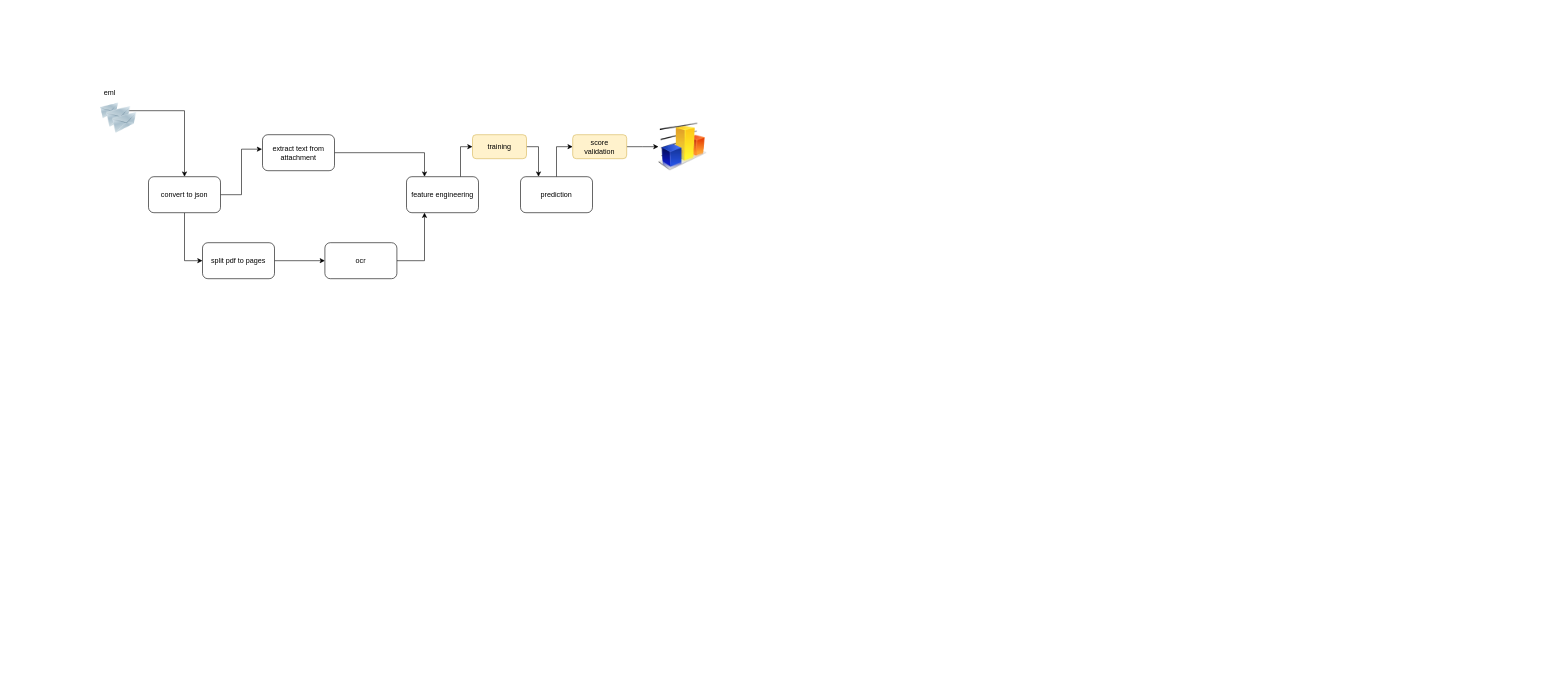
hdakhli/diagrams keeps this draw.io diagram as Untitled Diagram.drawio. Above is the earlier version. Source tidied: cells renumbered, new cells numbered last; positions are measured from the earlier drawing's top-left corner, leaving out a move shared by most shapes. Both pictures are drawn from the tidied source at 60%, with x=0, y=0 at pixel (100, 98).
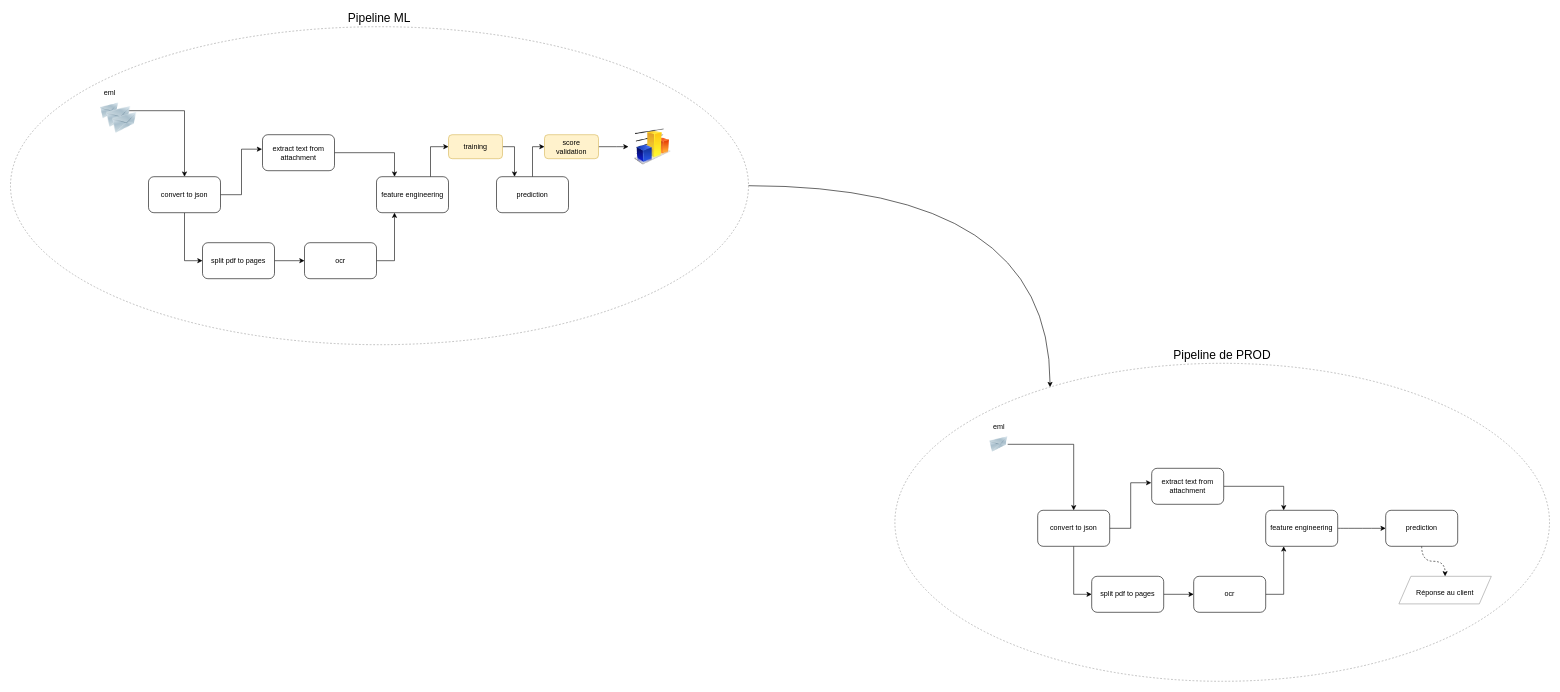
The same page after the edit.

The edit, as a diff of the source:
```diff
@@
+    <mxCell id="24" style="edgeStyle=orthogonalEdgeStyle;rounded=0;jettySize=auto;html=1;fontSize=20;curved=1;entryX=0.237;entryY=0.075;entryDx=0;entryDy=0;entryPerimeter=0;" parent="1" edge="1" source="25" target="27">
+      <mxGeometry relative="1" as="geometry" />
+    </mxCell>
+    <mxCell id="25" value="Pipeline ML" style="ellipse;whiteSpace=wrap;html=1;fillColor=none;labelPosition=center;verticalLabelPosition=top;align=center;verticalAlign=bottom;fontSize=20;dashed=1;strokeColor=#999999;" parent="1" vertex="1">
+      <mxGeometry x="-150" y="-120" width="1230" height="530" as="geometry" />
+    </mxCell>
@@
     <mxCell id="9" style="edgeStyle=orthogonalEdgeStyle;rounded=0;jettySize=auto;html=1;entryX=0.25;entryY=1;entryDx=0;entryDy=0;" parent="1" edge="1" source="10" target="12">
-      <mxGeometry relative="1" as="geometry" />
+      <mxGeometry relative="1" as="geometry">
+        <Array as="points">
+          <mxPoint x="490" y="270" />
+        </Array>
+      </mxGeometry>
     </mxCell>
     <mxCell id="10" value="ocr" style="rounded=1;whiteSpace=wrap;html=1;" parent="1" vertex="1">
-      <mxGeometry x="374" y="240" width="120" height="60" as="geometry" />
+      <mxGeometry x="340" y="240" width="120" height="60" as="geometry" />
     </mxCell>
@@
     <mxCell id="12" value="feature engineering" style="rounded=1;whiteSpace=wrap;html=1;" parent="1" vertex="1">
-      <mxGeometry x="510" y="130" width="120" height="60" as="geometry" />
+      <mxGeometry x="460" y="130" width="120" height="60" as="geometry" />
     </mxCell>
@@
     <mxCell id="14" value="prediction" style="rounded=1;whiteSpace=wrap;html=1;" parent="1" vertex="1">
-      <mxGeometry x="700" y="130" width="120" height="60" as="geometry" />
+      <mxGeometry x="660" y="130" width="120" height="60" as="geometry" />
     </mxCell>
     <mxCell id="15" style="edgeStyle=orthogonalEdgeStyle;rounded=0;jettySize=auto;html=1;entryX=0.25;entryY=0;entryDx=0;entryDy=0;" parent="1" edge="1" source="16" target="14">
       <mxGeometry relative="1" as="geometry">
         <Array as="points">
-          <mxPoint x="730" y="80" />
+          <mxPoint x="690" y="80" />
         </Array>
       </mxGeometry>
     </mxCell>
     <mxCell id="16" value="training" style="rounded=1;whiteSpace=wrap;html=1;fillColor=#fff2cc;strokeColor=#d6b656;" parent="1" vertex="1">
-      <mxGeometry x="620" y="60" width="90" height="40" as="geometry" />
+      <mxGeometry x="580" y="60" width="90" height="40" as="geometry" />
     </mxCell>
-    <mxCell id="17" style="edgeStyle=orthogonalEdgeStyle;rounded=0;jettySize=auto;html=1;" parent="1" edge="1" source="18">
-      <mxGeometry relative="1" as="geometry">
-        <mxPoint x="930" y="80" as="targetPoint" />
-      </mxGeometry>
-    </mxCell>
+    <mxCell id="26" style="edgeStyle=orthogonalEdgeStyle;rounded=0;jettySize=auto;html=1;fontSize=20;entryX=0;entryY=0.5;entryDx=0;entryDy=0;" parent="1" edge="1" source="18" target="23">
+      <mxGeometry relative="1" as="geometry">
+        <Array as="points">
+          <mxPoint x="860" y="80" />
+          <mxPoint x="860" y="80" />
+        </Array>
+      </mxGeometry>
+    </mxCell>
     <mxCell id="18" value="score&lt;br&gt;validation" style="rounded=1;whiteSpace=wrap;html=1;fillColor=#fff2cc;strokeColor=#d6b656;" parent="1" vertex="1">
-      <mxGeometry x="787" y="60" width="90" height="40" as="geometry" />
+      <mxGeometry x="740" y="60" width="90" height="40" as="geometry" />
     </mxCell>
@@
     <mxCell id="23" style="image;html=1;image=img/lib/clip_art/finance/Graph_128x128.png;" parent="1" vertex="1">
-      <mxGeometry x="930" y="40" width="80" height="80" as="geometry" />
+      <mxGeometry x="880" y="50" width="80" height="60" as="geometry" />
     </mxCell>
+    <mxCell id="27" value="Pipeline de PROD" style="ellipse;whiteSpace=wrap;html=1;fillColor=none;labelPosition=center;verticalLabelPosition=top;align=center;verticalAlign=bottom;fontSize=20;dashed=1;strokeColor=#999999;" parent="1" vertex="1">
+      <mxGeometry x="1324" y="441" width="1091" height="530" as="geometry" />
+    </mxCell>
+    <mxCell id="28" style="edgeStyle=orthogonalEdgeStyle;rounded=0;jettySize=auto;html=1;entryX=0;entryY=0.5;entryDx=0;entryDy=0;" parent="1" edge="1" source="30" target="34">
+      <mxGeometry relative="1" as="geometry" />
+    </mxCell>
+    <mxCell id="29" style="edgeStyle=orthogonalEdgeStyle;rounded=0;jettySize=auto;html=1;entryX=-0.006;entryY=0.402;entryDx=0;entryDy=0;entryPerimeter=0;" parent="1" edge="1" source="30" target="32">
+      <mxGeometry relative="1" as="geometry" />
+    </mxCell>
+    <mxCell id="30" value="convert to json" style="rounded=1;whiteSpace=wrap;html=1;" parent="1" vertex="1">
+      <mxGeometry x="1562" y="686" width="120" height="60" as="geometry" />
+    </mxCell>
+    <mxCell id="31" style="edgeStyle=orthogonalEdgeStyle;rounded=0;jettySize=auto;html=1;entryX=0.25;entryY=0;entryDx=0;entryDy=0;" parent="1" edge="1" source="32" target="38">
+      <mxGeometry relative="1" as="geometry" />
+    </mxCell>
+    <mxCell id="32" value="extract text from attachment" style="rounded=1;whiteSpace=wrap;html=1;" parent="1" vertex="1">
+      <mxGeometry x="1752" y="616" width="120" height="60" as="geometry" />
+    </mxCell>
+    <mxCell id="33" style="edgeStyle=orthogonalEdgeStyle;rounded=0;jettySize=auto;html=1;entryX=0;entryY=0.5;entryDx=0;entryDy=0;" parent="1" edge="1" source="34" target="36">
+      <mxGeometry relative="1" as="geometry" />
+    </mxCell>
+    <mxCell id="34" value="split pdf to pages" style="rounded=1;whiteSpace=wrap;html=1;" parent="1" vertex="1">
+      <mxGeometry x="1652" y="796" width="120" height="60" as="geometry" />
+    </mxCell>
+    <mxCell id="35" style="edgeStyle=orthogonalEdgeStyle;rounded=0;jettySize=auto;html=1;entryX=0.25;entryY=1;entryDx=0;entryDy=0;" parent="1" edge="1" source="36" target="38">
+      <mxGeometry relative="1" as="geometry">
+        <Array as="points">
+          <mxPoint x="1972" y="826" />
+        </Array>
+      </mxGeometry>
+    </mxCell>
+    <mxCell id="36" value="ocr" style="rounded=1;whiteSpace=wrap;html=1;" parent="1" vertex="1">
+      <mxGeometry x="1822" y="796" width="120" height="60" as="geometry" />
+    </mxCell>
+    <mxCell id="37" style="edgeStyle=orthogonalEdgeStyle;curved=1;rounded=0;jettySize=auto;html=1;fontSize=20;" parent="1" edge="1" source="38" target="40">
+      <mxGeometry relative="1" as="geometry" />
+    </mxCell>
+    <mxCell id="38" value="feature engineering" style="rounded=1;whiteSpace=wrap;html=1;" parent="1" vertex="1">
+      <mxGeometry x="1942" y="686" width="120" height="60" as="geometry" />
+    </mxCell>
+    <mxCell id="39" style="edgeStyle=orthogonalEdgeStyle;curved=1;rounded=0;jettySize=auto;html=1;fontSize=12;dashed=1;" parent="1" edge="1" source="40" target="43">
+      <mxGeometry relative="1" as="geometry" />
+    </mxCell>
+    <mxCell id="40" value="prediction" style="rounded=1;whiteSpace=wrap;html=1;" parent="1" vertex="1">
+      <mxGeometry x="2142" y="686" width="120" height="60" as="geometry" />
+    </mxCell>
+    <mxCell id="41" style="edgeStyle=orthogonalEdgeStyle;rounded=0;jettySize=auto;html=1;" parent="1" edge="1" source="42" target="30">
+      <mxGeometry relative="1" as="geometry" />
+    </mxCell>
+    <mxCell id="42" value="eml" style="image;html=1;image=img/lib/clip_art/networking/Email_128x128.png;labelPosition=center;verticalLabelPosition=top;align=center;verticalAlign=bottom;" parent="1" vertex="1">
+      <mxGeometry x="1482" y="556" width="30" height="40" as="geometry" />
+    </mxCell>
+    <mxCell id="43" value="&lt;font style=&quot;font-size: 12px;&quot;&gt;Réponse au client&lt;/font&gt;" style="shape=parallelogram;perimeter=parallelogramPerimeter;whiteSpace=wrap;html=1;fixedSize=1;strokeColor=#999999;fontSize=20;fillColor=none;" parent="1" vertex="1">
+      <mxGeometry x="2164" y="796" width="154" height="46" as="geometry" />
+    </mxCell>
```
